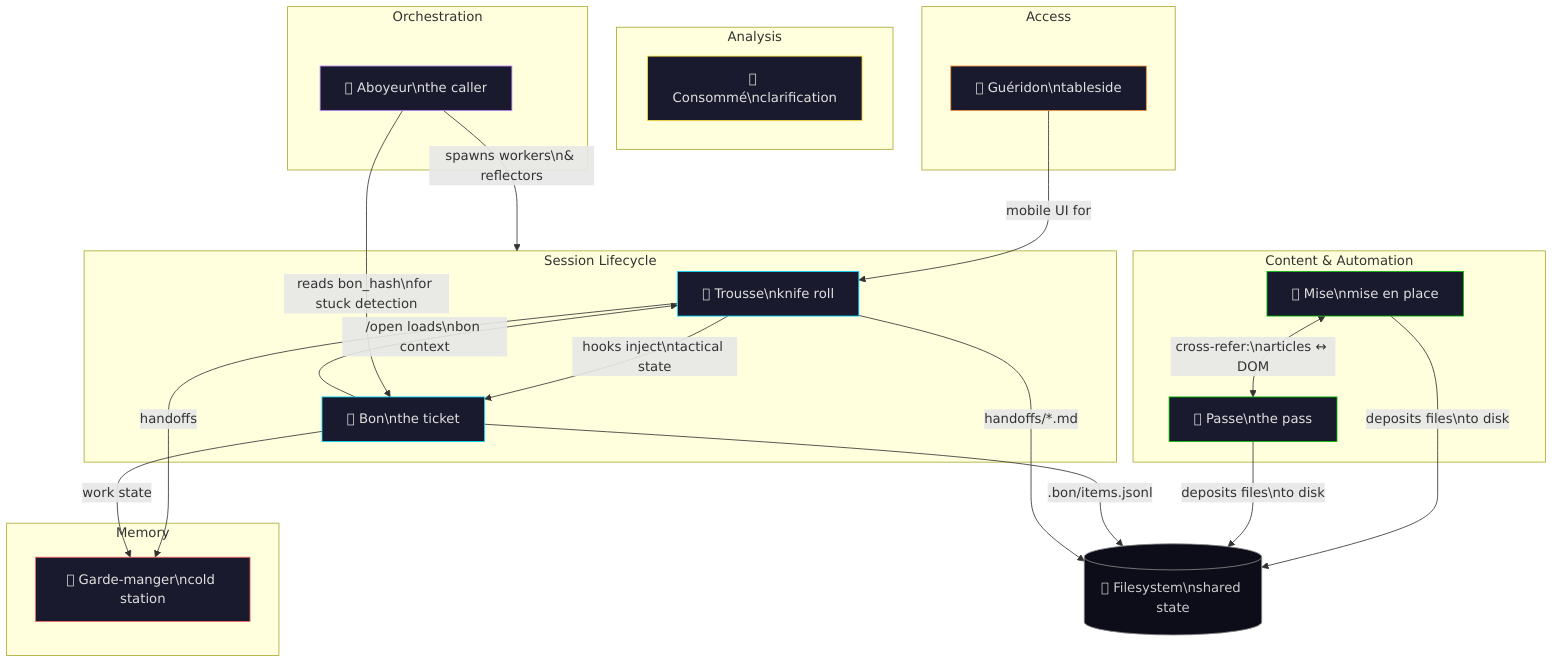
The Mermaid diagram docs/assets/brigade.png in spm1001/batterie-de-savoir, before a commit. Its source is kept beside it as docs/assets/brigade.mmd.
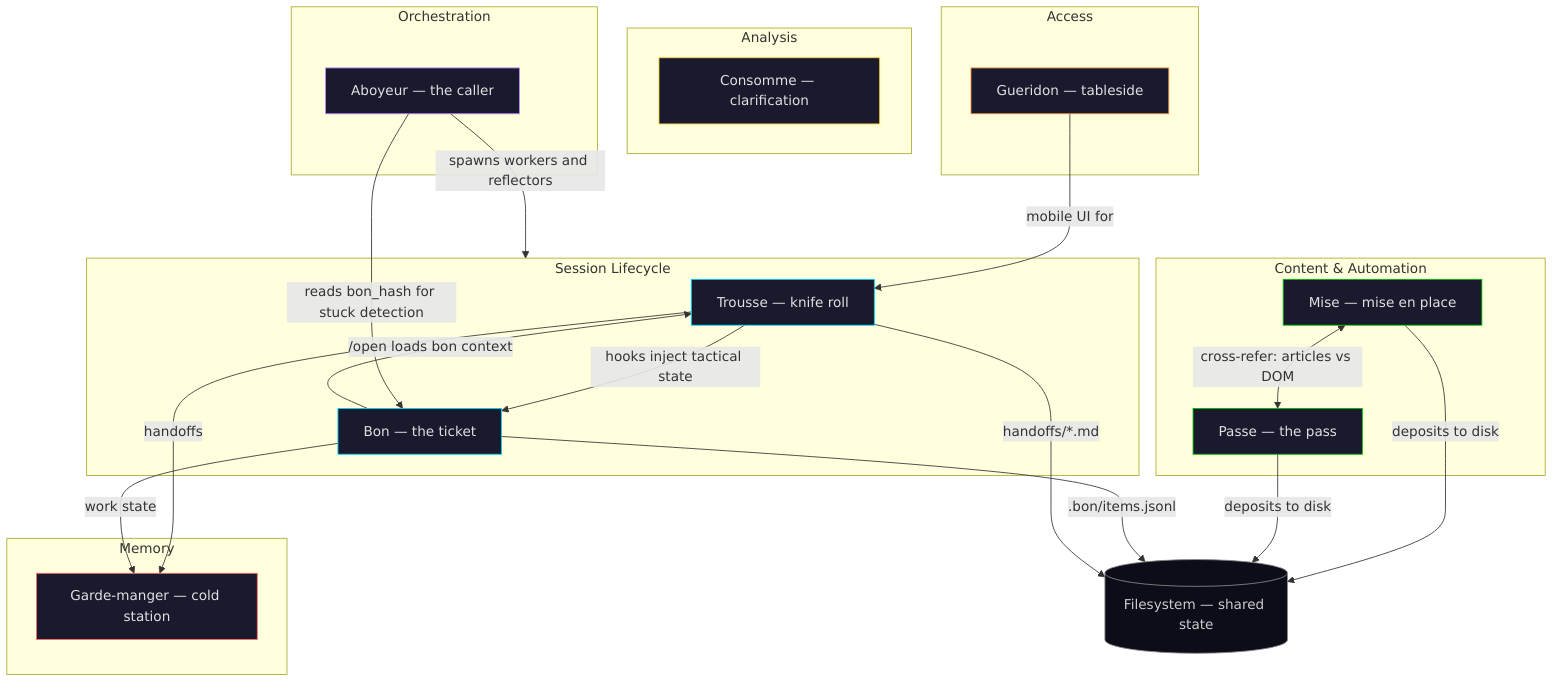
Above is the later version.

Commit message:
Fix diagram: remove emojis (no font on headless), single-line labels

Amp-Thread-ID: https://ampcode.com/threads/T-019c6120-27df-71be-8073-f823452a096a

Diff of the diagram source:
```diff
@@ -1,42 +1,42 @@
 flowchart TB
     subgraph session["Session Lifecycle"]
         direction LR
-        trousse["🔪 Trousse\nknife roll"]
-        bon["🎫 Bon\nthe ticket"]
-        trousse -->|"hooks inject\ntactical state"| bon
-        bon -->|"/open loads\nbon context"| trousse
+        trousse["Trousse — knife roll"]
+        bon["Bon — the ticket"]
+        trousse -->|"hooks inject tactical state"| bon
+        bon -->|"/open loads bon context"| trousse
     end
 
     subgraph content["Content & Automation"]
         direction LR
-        mise["🧅 Mise\nmise en place"]
-        passe["🪟 Passe\nthe pass"]
-        mise <-->|"cross-refer:\narticles ↔ DOM"| passe
+        mise["Mise — mise en place"]
+        passe["Passe — the pass"]
+        mise <-->|"cross-refer: articles vs DOM"| passe
     end
 
     subgraph memory["Memory"]
-        garde["🧊 Garde-manger\ncold station"]
+        garde["Garde-manger — cold station"]
     end
 
     subgraph analysis["Analysis"]
-        consomme["🍲 Consommé\nclarification"]
+        consomme["Consomme — clarification"]
     end
 
     subgraph orchestration["Orchestration"]
-        aboyeur["📢 Aboyeur\nthe caller"]
+        aboyeur["Aboyeur — the caller"]
     end
 
     subgraph access["Access"]
-        gueridon["🛒 Guéridon\ntableside"]
+        gueridon["Gueridon — tableside"]
     end
 
     trousse -->|"handoffs"| garde
     bon -->|"work state"| garde
-    aboyeur -->|"spawns workers\n& reflectors"| session
-    aboyeur -->|"reads bon_hash\nfor stuck detection"| bon
+    aboyeur -->|"spawns workers and reflectors"| session
+    aboyeur -->|"reads bon_hash for stuck detection"| bon
     gueridon -->|"mobile UI for"| trousse
-    mise -->|"deposits files\nto disk"| fs[("📁 Filesystem\nshared state")]
-    passe -->|"deposits files\nto disk"| fs
+    mise -->|"deposits to disk"| fs[("Filesystem — shared state")]
+    passe -->|"deposits to disk"| fs
     bon -->|".bon/items.jsonl"| fs
     trousse -->|"handoffs/*.md"| fs
 
```
